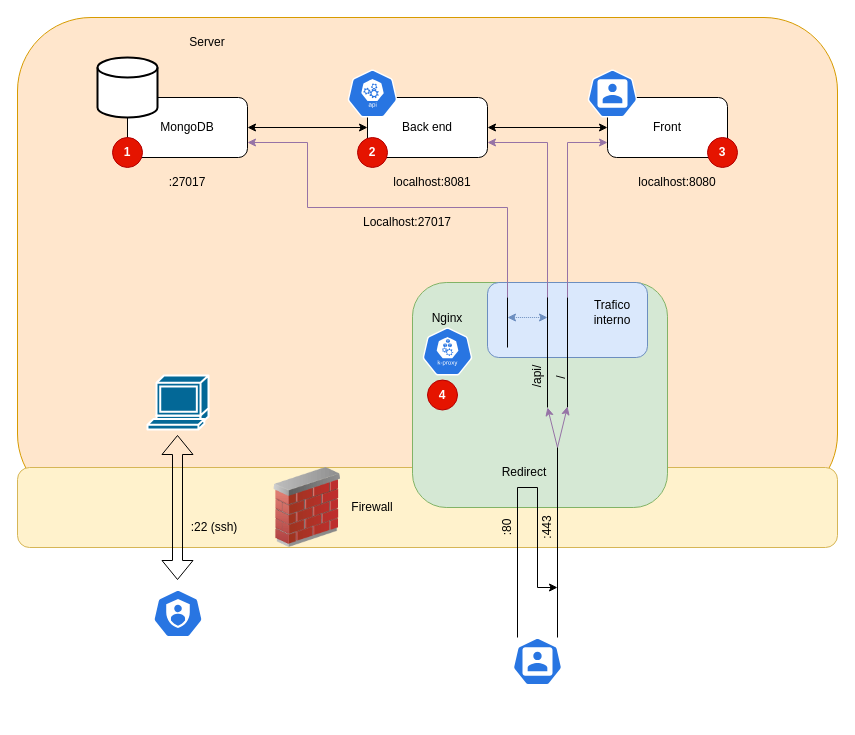
This is page "Sistemas" (1 of 2) of docs/arquitectura.drawio from santibpz/Sistema-de-Reporteo-Fundacion-Por-Mexico, a draw.io file, before an edit. Source tidied: cells renumbered, new cells numbered last; positions are measured from the earlier drawing's top-left corner, leaving out a move shared by most shapes. Both pictures are drawn from the tidied source at 100%, with x=0, y=0 at pixel (17, 17).
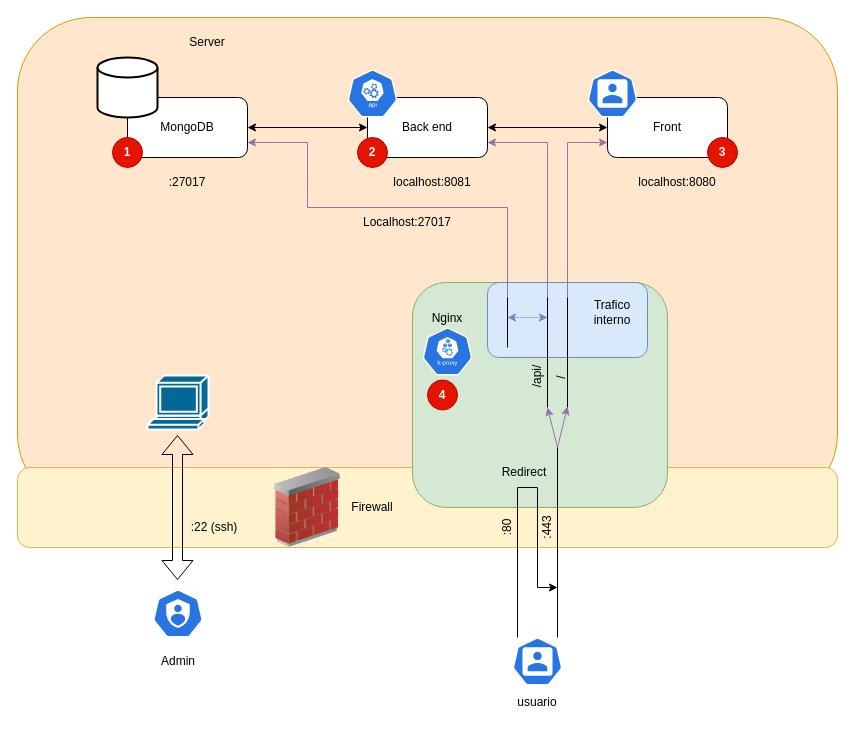
After the change.

Diff of the diagram source:
```diff
@@
+    <mxCell id="49" value="Admin" style="text;html=1;strokeColor=none;fillColor=none;align=center;verticalAlign=middle;whiteSpace=wrap;rounded=0;" parent="1" vertex="1">
+      <mxGeometry x="131" y="629" width="60" height="30" as="geometry" />
+    </mxCell>
+    <mxCell id="50" value="usuario" style="text;html=1;strokeColor=none;fillColor=none;align=center;verticalAlign=middle;whiteSpace=wrap;rounded=0;" parent="1" vertex="1">
+      <mxGeometry x="490" y="670" width="60" height="30" as="geometry" />
+    </mxCell>
```
